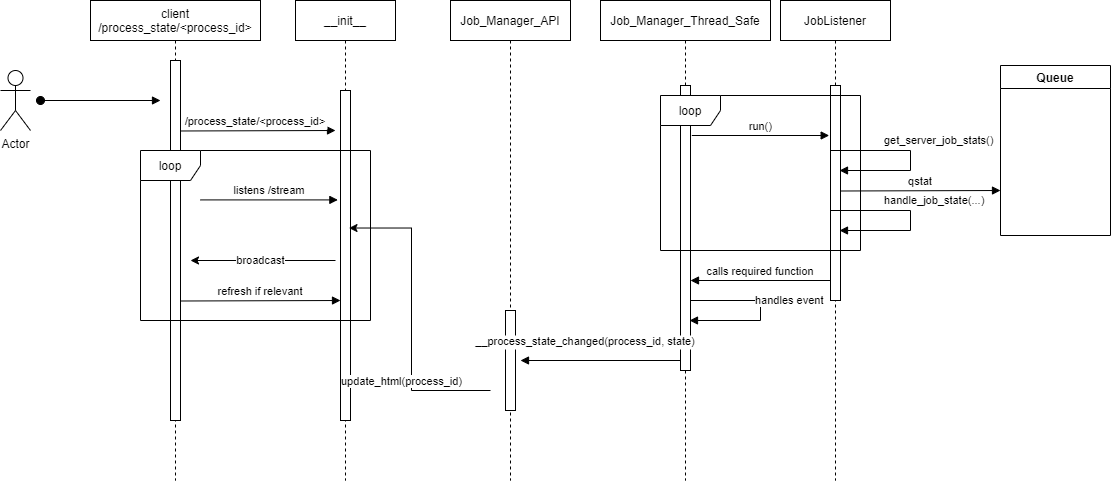
Earlier version of the draw.io export design/job_state_update.png (JuanParker1/NgsReadClearEngine). Source tidied: cells renumbered, new cells last; positions are measured from the earlier drawing's top-left corner, leaving out a move shared by most shapes. Its diagram source:
```xml
<mxGraphModel>
  <root>
    <mxCell id="0" />
    <mxCell id="1" parent="0" />
    <mxCell id="2" value="__init__" style="shape=umlLifeline;perimeter=lifelinePerimeter;rounded=0;shadow=0;strokeWidth=1;" parent="1" vertex="1">
      <mxGeometry x="295" width="100" height="480" as="geometry" />
    </mxCell>
    <mxCell id="3" style="html=1;perimeter=orthogonalPerimeter;" parent="2" vertex="1">
      <mxGeometry x="45" y="90" width="10" height="330" as="geometry" />
    </mxCell>
    <mxCell id="4" value="/process_state/&lt;process_id&gt;" style="verticalAlign=bottom;endArrow=block;shadow=0;strokeWidth=1;" parent="2" edge="1">
      <mxGeometry relative="1" as="geometry">
        <mxPoint x="-120" y="130.5" as="sourcePoint" />
        <mxPoint x="40" y="130" as="targetPoint" />
      </mxGeometry>
    </mxCell>
    <mxCell id="5" value="refresh if relevant" style="verticalAlign=bottom;endArrow=block;shadow=0;strokeWidth=1;" parent="2" edge="1">
      <mxGeometry relative="1" as="geometry">
        <mxPoint x="-115" y="300.5" as="sourcePoint" />
        <mxPoint x="45" y="300" as="targetPoint" />
      </mxGeometry>
    </mxCell>
    <mxCell id="6" value="Job_Manager_API" style="shape=umlLifeline;perimeter=lifelinePerimeter;rounded=0;shadow=0;strokeWidth=1;" parent="1" vertex="1">
      <mxGeometry x="450" width="120" height="480" as="geometry" />
    </mxCell>
    <mxCell id="7" style="perimeter=orthogonalPerimeter;rounded=0;shadow=0;strokeWidth=1;" parent="6" vertex="1">
      <mxGeometry x="55" y="310" width="10" height="100" as="geometry" />
    </mxCell>
    <mxCell id="8" value="Actor" style="shape=umlActor;verticalLabelPosition=bottom;verticalAlign=top;html=1;" parent="1" vertex="1">
      <mxGeometry y="70" width="30" height="60" as="geometry" />
    </mxCell>
    <mxCell id="9" value="Job_Manager_Thread_Safe" style="shape=umlLifeline;perimeter=lifelinePerimeter;rounded=0;shadow=0;strokeWidth=1;" parent="1" vertex="1">
      <mxGeometry x="600" width="170" height="480" as="geometry" />
    </mxCell>
    <mxCell id="10" value="calls required function" style="verticalAlign=bottom;endArrow=block;entryX=1;entryY=0;shadow=0;strokeWidth=1;" parent="9" edge="1">
      <mxGeometry relative="1" as="geometry">
        <mxPoint x="230" y="280" as="sourcePoint" />
        <mxPoint x="90" y="280" as="targetPoint" />
      </mxGeometry>
    </mxCell>
    <mxCell id="11" value="handles event" style="edgeStyle=orthogonalEdgeStyle;html=1;align=left;spacingLeft=2;endArrow=block;rounded=0;" parent="9" edge="1">
      <mxGeometry relative="1" as="geometry">
        <mxPoint x="80" y="330" as="sourcePoint" />
        <mxPoint x="89" y="320" as="targetPoint" />
        <Array as="points">
          <mxPoint x="80" y="300" />
          <mxPoint x="160" y="300" />
          <mxPoint x="160" y="320" />
        </Array>
      </mxGeometry>
    </mxCell>
    <mxCell id="12" value="JobListener" style="shape=umlLifeline;perimeter=lifelinePerimeter;rounded=0;shadow=0;strokeWidth=1;" parent="1" vertex="1">
      <mxGeometry x="780" width="110" height="480" as="geometry" />
    </mxCell>
    <mxCell id="13" style="perimeter=orthogonalPerimeter;rounded=0;shadow=0;strokeWidth=1;" parent="12" vertex="1">
      <mxGeometry x="-100" y="85" width="10" height="285" as="geometry" />
    </mxCell>
    <mxCell id="14" style="perimeter=orthogonalPerimeter;rounded=0;shadow=0;strokeWidth=1;" parent="12" vertex="1">
      <mxGeometry x="50" y="85" width="10" height="215" as="geometry" />
    </mxCell>
    <mxCell id="15" value="loop" style="shape=umlFrame;whiteSpace=wrap;html=1;" parent="12" vertex="1">
      <mxGeometry x="-120" y="95" width="200" height="155" as="geometry" />
    </mxCell>
    <mxCell id="16" value="run()" style="verticalAlign=bottom;endArrow=block;shadow=0;strokeWidth=1;entryX=-0.265;entryY=0.2;entryDx=0;entryDy=0;entryPerimeter=0;" parent="12" edge="1">
      <mxGeometry relative="1" as="geometry">
        <mxPoint x="-88.7" y="135" as="sourcePoint" />
        <mxPoint x="48.7" y="135" as="targetPoint" />
      </mxGeometry>
    </mxCell>
    <mxCell id="17" value="Queue" style="swimlane;" parent="12" vertex="1">
      <mxGeometry x="220" y="65" width="110" height="170" as="geometry" />
    </mxCell>
    <mxCell id="18" value="client&#10;/process_state/&lt;process_id&gt;" style="shape=umlLifeline;perimeter=lifelinePerimeter;rounded=0;shadow=0;strokeWidth=1;" parent="1" vertex="1">
      <mxGeometry x="90" width="170" height="480" as="geometry" />
    </mxCell>
    <mxCell id="19" style="verticalAlign=bottom;startArrow=oval;endArrow=block;startSize=8;shadow=0;strokeWidth=1;" parent="18" edge="1">
      <mxGeometry relative="1" as="geometry">
        <mxPoint x="-50" y="100" as="sourcePoint" />
        <mxPoint x="70" y="100" as="targetPoint" />
      </mxGeometry>
    </mxCell>
    <mxCell id="20" style="html=1;perimeter=orthogonalPerimeter;" parent="18" vertex="1">
      <mxGeometry x="80" y="60" width="10" height="360" as="geometry" />
    </mxCell>
    <mxCell id="21" value="loop" style="shape=umlFrame;whiteSpace=wrap;html=1;" parent="18" vertex="1">
      <mxGeometry x="50" y="150" width="230" height="170" as="geometry" />
    </mxCell>
    <mxCell id="22" value="get_server_job_stats()" style="edgeStyle=orthogonalEdgeStyle;html=1;align=left;spacingLeft=2;endArrow=block;rounded=0;" parent="1" edge="1">
      <mxGeometry x="-0.2" y="10" relative="1" as="geometry">
        <mxPoint x="830" y="180" as="sourcePoint" />
        <mxPoint x="839" y="170" as="targetPoint" />
        <Array as="points">
          <mxPoint x="830" y="150" />
          <mxPoint x="910" y="150" />
          <mxPoint x="910" y="170" />
        </Array>
      </mxGeometry>
    </mxCell>
    <mxCell id="23" value="qstat" style="verticalAlign=bottom;endArrow=block;shadow=0;strokeWidth=1;" parent="1" edge="1">
      <mxGeometry relative="1" as="geometry">
        <mxPoint x="840" y="190.5" as="sourcePoint" />
        <mxPoint x="1000" y="190" as="targetPoint" />
      </mxGeometry>
    </mxCell>
    <mxCell id="24" value="handle_job_state(...)" style="edgeStyle=orthogonalEdgeStyle;html=1;align=left;spacingLeft=2;endArrow=block;rounded=0;" parent="1" edge="1">
      <mxGeometry x="-0.2" y="10" relative="1" as="geometry">
        <mxPoint x="830" y="240" as="sourcePoint" />
        <mxPoint x="839" y="230" as="targetPoint" />
        <Array as="points">
          <mxPoint x="830" y="210" />
          <mxPoint x="910" y="210" />
          <mxPoint x="910" y="230" />
        </Array>
      </mxGeometry>
    </mxCell>
    <mxCell id="25" value="__process_state_changed(process_id, state)" style="verticalAlign=bottom;endArrow=block;shadow=0;strokeWidth=1;" parent="1" edge="1">
      <mxGeometry x="0.2" y="-10" relative="1" as="geometry">
        <mxPoint x="680" y="360" as="sourcePoint" />
        <mxPoint x="520" y="360" as="targetPoint" />
        <mxPoint x="1" as="offset" />
      </mxGeometry>
    </mxCell>
    <mxCell id="26" value="listens /stream" style="verticalAlign=bottom;endArrow=block;shadow=0;strokeWidth=1;entryX=-0.265;entryY=0.2;entryDx=0;entryDy=0;entryPerimeter=0;" parent="1" edge="1">
      <mxGeometry relative="1" as="geometry">
        <mxPoint x="200" y="199.4" as="sourcePoint" />
        <mxPoint x="337.3" y="199.4" as="targetPoint" />
      </mxGeometry>
    </mxCell>
    <mxCell id="27" style="edgeStyle=elbowEdgeStyle;endArrow=classic;html=1;rounded=0;entryX=0.535;entryY=0.474;entryDx=0;entryDy=0;entryPerimeter=0;" parent="1" edge="1" target="2">
      <mxGeometry relative="1" as="geometry">
        <mxPoint x="490" y="390" as="sourcePoint" />
        <Array as="points">
          <mxPoint x="411" y="350" />
        </Array>
      </mxGeometry>
    </mxCell>
    <mxCell id="28" value="update_html(process_id)" style="edgeLabel;html=1;align=center;verticalAlign=middle;" parent="27" vertex="1">
      <mxGeometry x="-0.52" relative="1" as="geometry">
        <mxPoint x="-17" y="-10" as="offset" />
      </mxGeometry>
    </mxCell>
    <mxCell id="29" value="broadcast" style="endArrow=classic;html=1;rounded=0;" parent="1" edge="1">
      <mxGeometry x="0.03" relative="1" as="geometry">
        <mxPoint x="335" y="260" as="sourcePoint" />
        <mxPoint x="190" y="260" as="targetPoint" />
      </mxGeometry>
    </mxCell>
  </root>
</mxGraphModel>
```
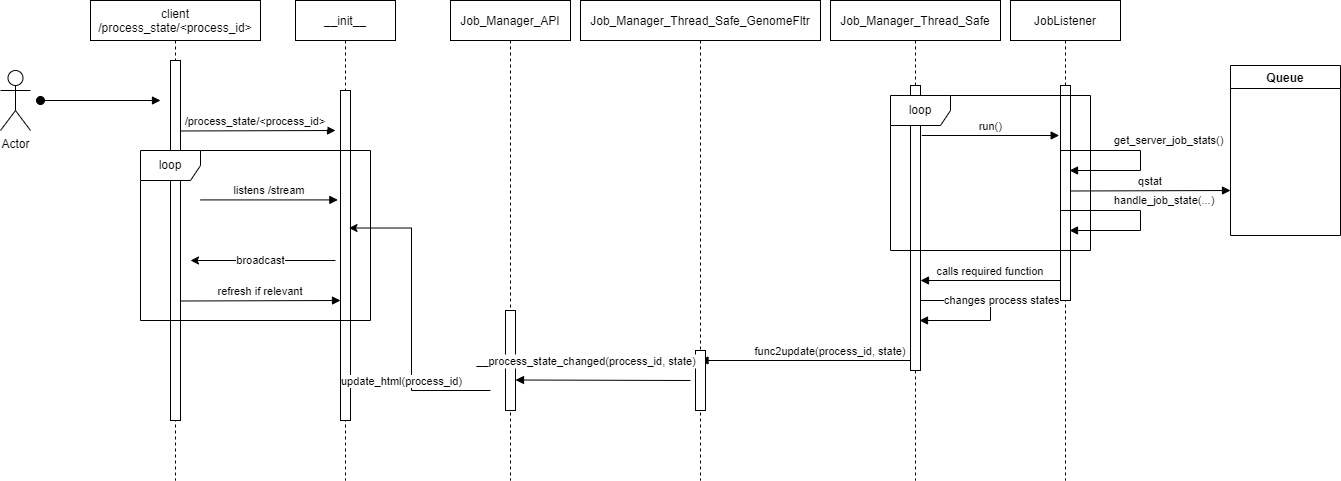
The same diagram one commit later.

The edit, as a diff of the source:
```diff
@@ -30,7 +30,7 @@
       <mxGeometry y="70" width="30" height="60" as="geometry" />
     </mxCell>
     <mxCell id="9" value="Job_Manager_Thread_Safe" style="shape=umlLifeline;perimeter=lifelinePerimeter;rounded=0;shadow=0;strokeWidth=1;" parent="1" vertex="1">
-      <mxGeometry x="600" width="170" height="480" as="geometry" />
+      <mxGeometry x="830" width="170" height="480" as="geometry" />
     </mxCell>
     <mxCell id="10" value="calls required function" style="verticalAlign=bottom;endArrow=block;entryX=1;entryY=0;shadow=0;strokeWidth=1;" parent="9" edge="1">
       <mxGeometry relative="1" as="geometry">
@@ -38,8 +38,8 @@
         <mxPoint x="90" y="280" as="targetPoint" />
       </mxGeometry>
     </mxCell>
-    <mxCell id="11" value="handles event" style="edgeStyle=orthogonalEdgeStyle;html=1;align=left;spacingLeft=2;endArrow=block;rounded=0;" parent="9" edge="1">
-      <mxGeometry relative="1" as="geometry">
+    <mxCell id="11" value="changes process states" style="edgeStyle=orthogonalEdgeStyle;html=1;align=left;spacingLeft=2;endArrow=block;rounded=0;" parent="9" edge="1">
+      <mxGeometry x="-0.4" relative="1" as="geometry">
         <mxPoint x="80" y="330" as="sourcePoint" />
         <mxPoint x="89" y="320" as="targetPoint" />
         <Array as="points">
@@ -49,8 +49,13 @@
         </Array>
       </mxGeometry>
     </mxCell>
+    <mxCell id="25" value="func2update(process_id, state)" style="verticalAlign=bottom;endArrow=block;shadow=0;strokeWidth=1;" parent="9" edge="1" target="30">
+      <mxGeometry x="-0.24" relative="1" as="geometry">
+        <mxPoint x="80" y="360" as="sourcePoint" />
+      </mxGeometry>
+    </mxCell>
     <mxCell id="12" value="JobListener" style="shape=umlLifeline;perimeter=lifelinePerimeter;rounded=0;shadow=0;strokeWidth=1;" parent="1" vertex="1">
-      <mxGeometry x="780" width="110" height="480" as="geometry" />
+      <mxGeometry x="1010" width="110" height="480" as="geometry" />
     </mxCell>
     <mxCell id="13" style="perimeter=orthogonalPerimeter;rounded=0;shadow=0;strokeWidth=1;" parent="12" vertex="1">
       <mxGeometry x="-100" y="85" width="10" height="285" as="geometry" />
@@ -87,39 +92,32 @@
     </mxCell>
     <mxCell id="22" value="get_server_job_stats()" style="edgeStyle=orthogonalEdgeStyle;html=1;align=left;spacingLeft=2;endArrow=block;rounded=0;" parent="1" edge="1">
       <mxGeometry x="-0.2" y="10" relative="1" as="geometry">
-        <mxPoint x="830" y="180" as="sourcePoint" />
-        <mxPoint x="839" y="170" as="targetPoint" />
+        <mxPoint x="1060" y="180" as="sourcePoint" />
+        <mxPoint x="1069" y="170" as="targetPoint" />
         <Array as="points">
-          <mxPoint x="830" y="150" />
-          <mxPoint x="910" y="150" />
-          <mxPoint x="910" y="170" />
+          <mxPoint x="1060" y="150" />
+          <mxPoint x="1140" y="150" />
+          <mxPoint x="1140" y="170" />
         </Array>
       </mxGeometry>
     </mxCell>
     <mxCell id="23" value="qstat" style="verticalAlign=bottom;endArrow=block;shadow=0;strokeWidth=1;" parent="1" edge="1">
       <mxGeometry relative="1" as="geometry">
-        <mxPoint x="840" y="190.5" as="sourcePoint" />
-        <mxPoint x="1000" y="190" as="targetPoint" />
+        <mxPoint x="1070" y="190.5" as="sourcePoint" />
+        <mxPoint x="1230" y="190" as="targetPoint" />
       </mxGeometry>
     </mxCell>
     <mxCell id="24" value="handle_job_state(...)" style="edgeStyle=orthogonalEdgeStyle;html=1;align=left;spacingLeft=2;endArrow=block;rounded=0;" parent="1" edge="1">
       <mxGeometry x="-0.2" y="10" relative="1" as="geometry">
-        <mxPoint x="830" y="240" as="sourcePoint" />
-        <mxPoint x="839" y="230" as="targetPoint" />
+        <mxPoint x="1060" y="240" as="sourcePoint" />
+        <mxPoint x="1069" y="230" as="targetPoint" />
         <Array as="points">
-          <mxPoint x="830" y="210" />
-          <mxPoint x="910" y="210" />
-          <mxPoint x="910" y="230" />
+          <mxPoint x="1060" y="210" />
+          <mxPoint x="1140" y="210" />
+          <mxPoint x="1140" y="230" />
         </Array>
       </mxGeometry>
     </mxCell>
-    <mxCell id="25" value="__process_state_changed(process_id, state)" style="verticalAlign=bottom;endArrow=block;shadow=0;strokeWidth=1;" parent="1" edge="1">
-      <mxGeometry x="0.2" y="-10" relative="1" as="geometry">
-        <mxPoint x="680" y="360" as="sourcePoint" />
-        <mxPoint x="520" y="360" as="targetPoint" />
-        <mxPoint x="1" as="offset" />
-      </mxGeometry>
-    </mxCell>
     <mxCell id="26" value="listens /stream" style="verticalAlign=bottom;endArrow=block;shadow=0;strokeWidth=1;entryX=-0.265;entryY=0.2;entryDx=0;entryDy=0;entryPerimeter=0;" parent="1" edge="1">
       <mxGeometry relative="1" as="geometry">
         <mxPoint x="200" y="199.4" as="sourcePoint" />
@@ -145,5 +143,18 @@
         <mxPoint x="190" y="260" as="targetPoint" />
       </mxGeometry>
     </mxCell>
+    <mxCell id="30" value="Job_Manager_Thread_Safe_GenomeFltr" style="shape=umlLifeline;perimeter=lifelinePerimeter;rounded=0;shadow=0;strokeWidth=1;" parent="1" vertex="1">
+      <mxGeometry x="580" width="240" height="480" as="geometry" />
+    </mxCell>
+    <mxCell id="31" style="perimeter=orthogonalPerimeter;rounded=0;shadow=0;strokeWidth=1;" parent="30" vertex="1">
+      <mxGeometry x="115" y="350" width="10" height="60" as="geometry" />
+    </mxCell>
+    <mxCell id="32" value="__process_state_changed(process_id, state)" style="verticalAlign=bottom;endArrow=block;shadow=0;strokeWidth=1;" parent="30" edge="1">
+      <mxGeometry x="0.2" y="-10" relative="1" as="geometry">
+        <mxPoint x="110" y="380" as="sourcePoint" />
+        <mxPoint x="-65" y="379.5" as="targetPoint" />
+        <mxPoint x="1" as="offset" />
+      </mxGeometry>
+    </mxCell>
   </root>
 </mxGraphModel>
```
